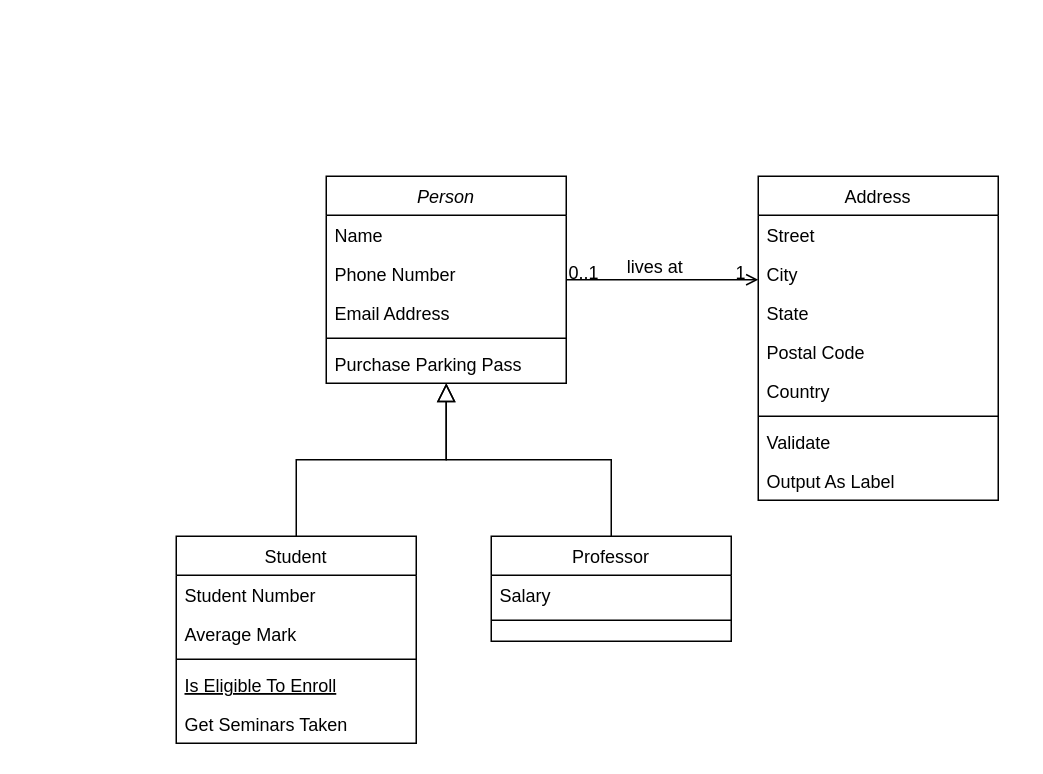
Earlier version of the draw.io diagram Diagramme sans nom.drawio (Nereoll/draw.io). Source tidied: cells renumbered, new cells numbered last; positions are measured from the earlier drawing's top-left corner, leaving out a move shared by most shapes. Both pictures are drawn from the tidied source at 150%, with x=0, y=0 at pixel (176, 176).
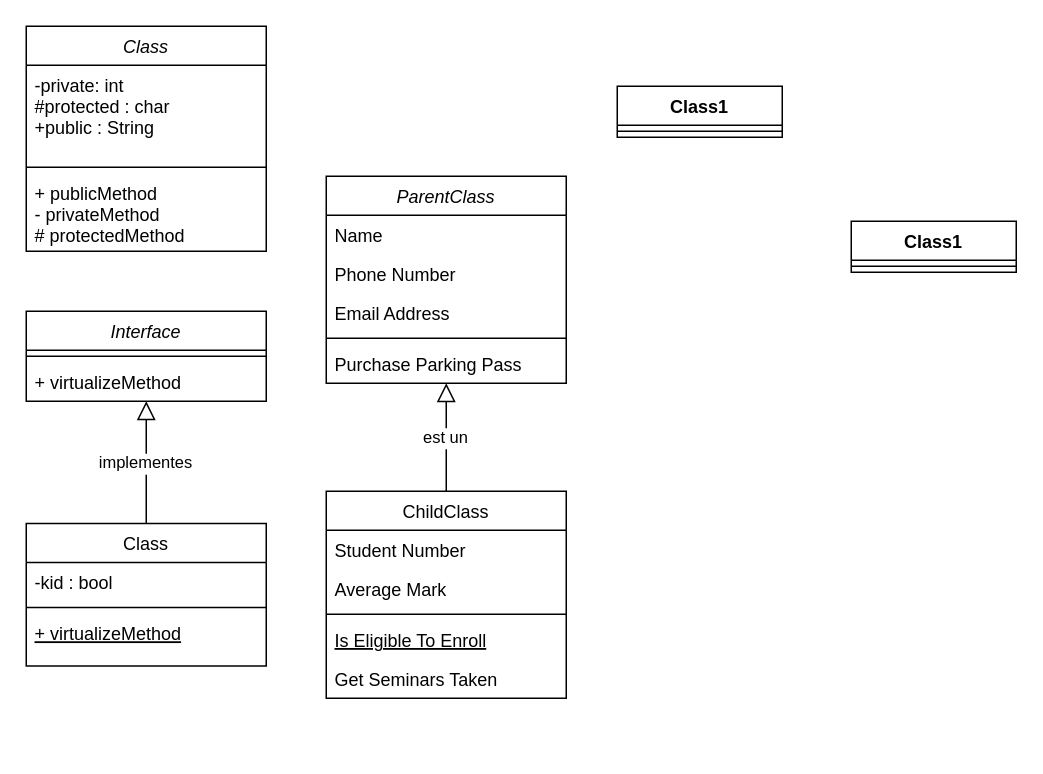
The same diagram, later.

Commit message (it also covers changes not shown here):
Mettre à jour Diagramme sans nom.drawio

Change to the diagram source:
```diff
@@
-    <mxCell id="2" value="Person" style="swimlane;fontStyle=2;align=center;verticalAlign=top;horizontal=1;startSize=26;rounded=0;shadow=0;strokeWidth=1;" parent="1" vertex="1">
+    <mxCell id="2" value="ParentClass" style="swimlane;fontStyle=2;align=center;verticalAlign=top;horizontal=1;startSize=26;rounded=0;shadow=0;strokeWidth=1;" parent="1" vertex="1">
       <mxGeometry x="100" width="160" height="138" as="geometry" />
     </mxCell>
@@
-    <mxCell id="8" value="Student" style="swimlane;fontStyle=0;align=center;verticalAlign=top;horizontal=1;startSize=26;rounded=0;shadow=0;strokeWidth=1;" parent="1" vertex="1">
-      <mxGeometry y="240" width="160" height="138" as="geometry" />
+    <mxCell id="8" value="ChildClass" style="swimlane;fontStyle=0;align=center;verticalAlign=top;horizontal=1;startSize=26;rounded=0;shadow=0;strokeWidth=1;" parent="1" vertex="1">
+      <mxGeometry x="100" y="210" width="160" height="138" as="geometry" />
     </mxCell>
@@
-    <mxCell id="14" style="endArrow=block;endSize=10;endFill=0;shadow=0;strokeWidth=1;rounded=0;curved=0;edgeStyle=elbowEdgeStyle;elbow=vertical;" parent="1" edge="1" source="8" target="2">
+    <mxCell id="14" value="est un" style="endArrow=block;endSize=10;endFill=0;shadow=0;strokeWidth=1;rounded=0;curved=0;edgeStyle=elbowEdgeStyle;elbow=vertical;" parent="1" edge="1" source="8" target="2">
       <mxGeometry relative="1" as="geometry" />
     </mxCell>
-    <mxCell id="15" value="Professor" style="swimlane;fontStyle=0;align=center;verticalAlign=top;horizontal=1;startSize=26;rounded=0;shadow=0;strokeWidth=1;" parent="1" vertex="1">
-      <mxGeometry x="210" y="240" width="160" height="70" as="geometry" />
-    </mxCell>
-    <mxCell id="16" value="Salary" style="text;align=left;verticalAlign=top;spacingLeft=4;spacingRight=4;overflow=hidden;" parent="15" vertex="1">
-      <mxGeometry y="26" width="160" height="26" as="geometry" />
-    </mxCell>
+    <mxCell id="32" value="Interface" style="swimlane;fontStyle=2;align=center;verticalAlign=top;horizontal=1;startSize=26;rounded=0;shadow=0;strokeWidth=1;" parent="1" vertex="1">
+      <mxGeometry x="-100" y="90" width="160" height="60" as="geometry" />
+    </mxCell>
+    <mxCell id="33" style="line;html=1;strokeWidth=1;align=left;verticalAlign=middle;spacingTop=-1;spacingLeft=3;spacingRight=3;labelPosition=right;" parent="32" vertex="1">
+      <mxGeometry y="26" width="160" height="8" as="geometry" />
+    </mxCell>
+    <mxCell id="34" value="+ virtualizeMethod" style="text;align=left;verticalAlign=top;spacingLeft=4;spacingRight=4;overflow=hidden;" parent="32" vertex="1">
+      <mxGeometry y="34" width="160" height="26" as="geometry" />
+    </mxCell>
+    <mxCell id="35" value="Class" style="swimlane;fontStyle=0;align=center;verticalAlign=top;horizontal=1;startSize=26;rounded=0;shadow=0;strokeWidth=1;" parent="1" vertex="1">
+      <mxGeometry x="-100" y="231.5" width="160" height="95" as="geometry" />
+    </mxCell>
+    <mxCell id="36" value="-kid : bool" style="text;align=left;verticalAlign=top;spacingLeft=4;spacingRight=4;overflow=hidden;" parent="35" vertex="1">
+      <mxGeometry y="26" width="160" height="26" as="geometry" />
+    </mxCell>
-    <mxCell id="17" style="line;html=1;strokeWidth=1;align=left;verticalAlign=middle;spacingTop=-1;spacingLeft=3;spacingRight=3;labelPosition=right;" parent="15" vertex="1">
+    <mxCell id="17" style="line;html=1;strokeWidth=1;align=left;verticalAlign=middle;spacingTop=-1;spacingLeft=3;spacingRight=3;labelPosition=right;" parent="35" vertex="1">
       <mxGeometry y="52" width="160" height="8" as="geometry" />
     </mxCell>
-    <mxCell id="18" style="endArrow=block;endSize=10;endFill=0;shadow=0;strokeWidth=1;rounded=0;curved=0;edgeStyle=elbowEdgeStyle;elbow=vertical;" parent="1" edge="1" source="15" target="2">
-      <mxGeometry relative="1" as="geometry" />
-    </mxCell>
-    <mxCell id="19" value="Address" style="swimlane;fontStyle=0;align=center;verticalAlign=top;horizontal=1;startSize=26;rounded=0;shadow=0;strokeWidth=1;" parent="1" vertex="1">
-      <mxGeometry x="388" width="160" height="216" as="geometry" />
-    </mxCell>
-    <mxCell id="20" value="Street" style="text;align=left;verticalAlign=top;spacingLeft=4;spacingRight=4;overflow=hidden;" parent="19" vertex="1">
-      <mxGeometry y="26" width="160" height="26" as="geometry" />
-    </mxCell>
-    <mxCell id="21" value="City" style="text;align=left;verticalAlign=top;spacingLeft=4;spacingRight=4;overflow=hidden;rounded=0;shadow=0;html=0;" parent="19" vertex="1">
-      <mxGeometry y="52" width="160" height="26" as="geometry" />
-    </mxCell>
-    <mxCell id="22" value="State" style="text;align=left;verticalAlign=top;spacingLeft=4;spacingRight=4;overflow=hidden;rounded=0;shadow=0;html=0;" parent="19" vertex="1">
-      <mxGeometry y="78" width="160" height="26" as="geometry" />
-    </mxCell>
-    <mxCell id="23" value="Postal Code" style="text;align=left;verticalAlign=top;spacingLeft=4;spacingRight=4;overflow=hidden;rounded=0;shadow=0;html=0;" parent="19" vertex="1">
-      <mxGeometry y="104" width="160" height="26" as="geometry" />
-    </mxCell>
-    <mxCell id="24" value="Country" style="text;align=left;verticalAlign=top;spacingLeft=4;spacingRight=4;overflow=hidden;rounded=0;shadow=0;html=0;" parent="19" vertex="1">
-      <mxGeometry y="130" width="160" height="26" as="geometry" />
-    </mxCell>
-    <mxCell id="25" style="line;html=1;strokeWidth=1;align=left;verticalAlign=middle;spacingTop=-1;spacingLeft=3;spacingRight=3;labelPosition=right;" parent="19" vertex="1">
-      <mxGeometry y="156" width="160" height="8" as="geometry" />
-    </mxCell>
-    <mxCell id="26" value="Validate" style="text;align=left;verticalAlign=top;spacingLeft=4;spacingRight=4;overflow=hidden;" parent="19" vertex="1">
-      <mxGeometry y="164" width="160" height="26" as="geometry" />
-    </mxCell>
-    <mxCell id="27" value="Output As Label" style="text;align=left;verticalAlign=top;spacingLeft=4;spacingRight=4;overflow=hidden;" parent="19" vertex="1">
-      <mxGeometry y="190" width="160" height="26" as="geometry" />
-    </mxCell>
-    <mxCell id="28" style="endArrow=open;shadow=0;strokeWidth=1;rounded=0;curved=0;endFill=1;edgeStyle=elbowEdgeStyle;elbow=vertical;" parent="1" edge="1" source="2" target="19">
-      <mxGeometry x="0.5" y="41" relative="1" as="geometry">
-        <mxPoint x="-40" y="32" as="offset" />
-      </mxGeometry>
-    </mxCell>
-    <mxCell id="29" value="0..1" style="align=left;verticalAlign=bottom;labelBackgroundColor=none;fontSize=12;" parent="28" vertex="1">
-      <mxGeometry x="-1" relative="1" as="geometry">
-        <mxPoint y="4" as="offset" />
-      </mxGeometry>
-    </mxCell>
-    <mxCell id="30" value="1" style="align=right;verticalAlign=bottom;labelBackgroundColor=none;fontSize=12;" parent="28" vertex="1">
-      <mxGeometry x="1" relative="1" as="geometry">
-        <mxPoint x="-7" y="4" as="offset" />
-      </mxGeometry>
-    </mxCell>
-    <mxCell id="31" value="lives at" style="text;html=1;align=center;verticalAlign=middle;labelBackgroundColor=none;rounded=0;shadow=0;strokeWidth=1;fontSize=12;" parent="28" vertex="1">
-      <mxGeometry x="0.5" y="49" relative="1" as="geometry">
-        <mxPoint x="-38" y="40" as="offset" />
-      </mxGeometry>
-    </mxCell>
+    <mxCell id="37" value="+ virtualizeMethod" style="text;align=left;verticalAlign=top;spacingLeft=4;spacingRight=4;overflow=hidden;fontStyle=4;" parent="35" vertex="1">
+      <mxGeometry y="60" width="160" height="26" as="geometry" />
+    </mxCell>
+    <mxCell id="38" value="implementes" style="endArrow=block;endSize=10;endFill=0;shadow=0;strokeWidth=1;rounded=0;curved=0;edgeStyle=elbowEdgeStyle;elbow=horizontal;" parent="1" edge="1" source="35" target="32">
+      <mxGeometry relative="1" as="geometry" />
+    </mxCell>
+    <mxCell id="39" value="Class" style="swimlane;fontStyle=2;align=center;verticalAlign=top;horizontal=1;startSize=26;rounded=0;shadow=0;strokeWidth=1;" parent="1" vertex="1">
+      <mxGeometry x="-100" y="-100" width="160" height="150" as="geometry" />
+    </mxCell>
+    <mxCell id="40" value="-private: int&#10;#protected : char&#10;+public : String&#10;&#10;" style="text;align=left;verticalAlign=top;spacingLeft=4;spacingRight=4;overflow=hidden;" parent="39" vertex="1">
+      <mxGeometry y="26" width="160" height="64" as="geometry" />
+    </mxCell>
+    <mxCell id="41" style="line;html=1;strokeWidth=1;align=left;verticalAlign=middle;spacingTop=-1;spacingLeft=3;spacingRight=3;labelPosition=right;" parent="39" vertex="1">
+      <mxGeometry y="90" width="160" height="8" as="geometry" />
+    </mxCell>
+    <mxCell id="42" value="+ publicMethod&#10;- privateMethod&#10;# protectedMethod&#10;" style="text;align=left;verticalAlign=top;spacingLeft=4;spacingRight=4;overflow=hidden;" parent="39" vertex="1">
+      <mxGeometry y="98" width="160" height="52" as="geometry" />
+    </mxCell>
+    <mxCell id="43" value="Class1" style="swimlane;fontStyle=1;align=center;verticalAlign=top;horizontal=1;startSize=26;whiteSpace=wrap;html=1;" parent="1" vertex="1">
+      <mxGeometry x="294" y="-60" width="110" height="34" as="geometry" />
+    </mxCell>
+    <mxCell id="44" style="line;strokeWidth=1;fillColor=none;align=left;verticalAlign=middle;spacingTop=-1;spacingLeft=3;spacingRight=3;labelPosition=right;strokeColor=inherit;" parent="43" vertex="1">
+      <mxGeometry y="26" width="110" height="8" as="geometry" />
+    </mxCell>
+    <mxCell id="45" value="Class1" style="swimlane;fontStyle=1;align=center;verticalAlign=top;horizontal=1;startSize=26;whiteSpace=wrap;html=1;" parent="1" vertex="1">
+      <mxGeometry x="450" y="30" width="110" height="34" as="geometry" />
+    </mxCell>
+    <mxCell id="46" style="line;strokeWidth=1;fillColor=none;align=left;verticalAlign=middle;spacingTop=-1;spacingLeft=3;spacingRight=3;labelPosition=right;strokeColor=inherit;" parent="45" vertex="1">
+      <mxGeometry y="26" width="110" height="8" as="geometry" />
+    </mxCell>
```
